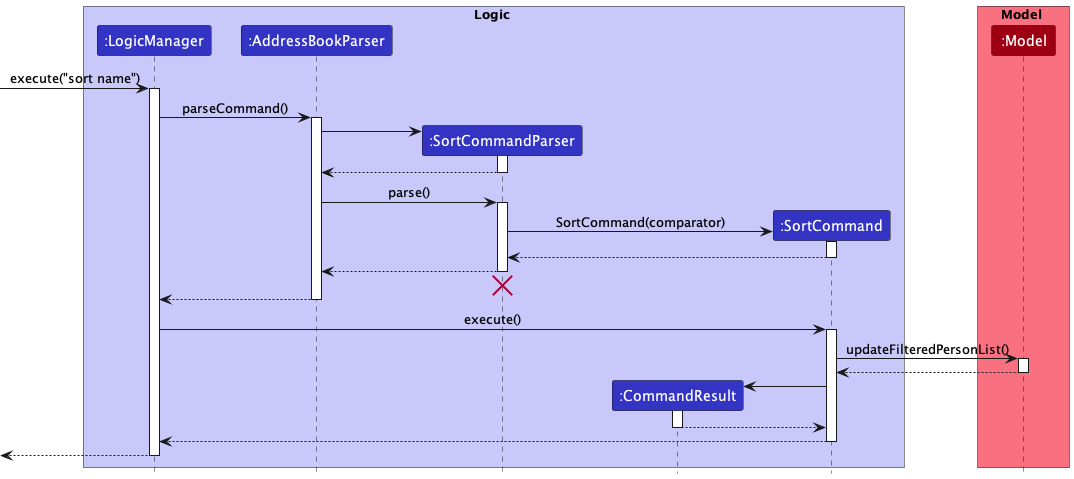
Above: docs/images/SortSequenceDiagram.png in nus-cs2103-AY2223S1/tp (PlantUML), before the change.
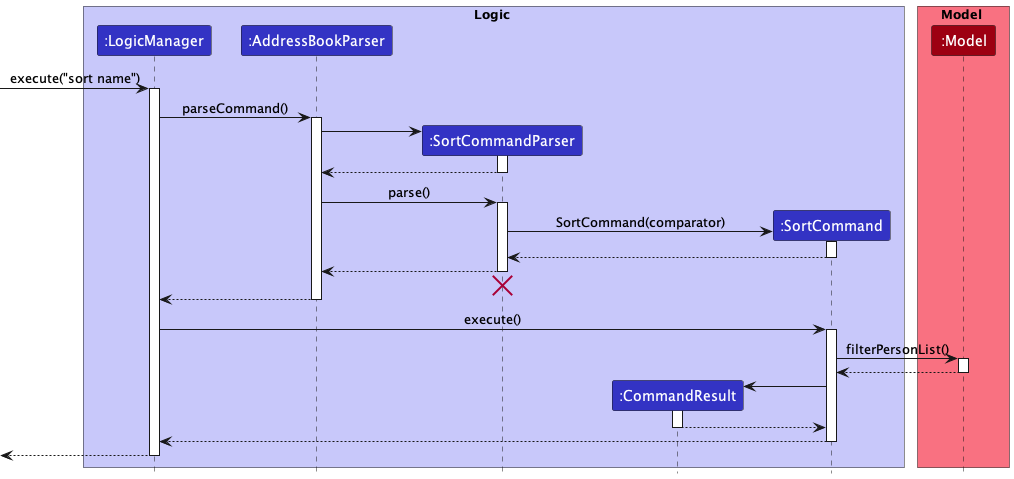
The same file after the commit.

Commit message:
Docs: Update sort command sequence diagram

What changed in the source:
```diff
@@ -47,7 +47,7 @@
 LogicManager -> SortCommand : execute()
 activate SortCommand
 
-SortCommand -> Model : updateFilteredPersonList()
+SortCommand -> Model : filterPersonList()
 activate Model
 
 Model --> SortCommand
```
